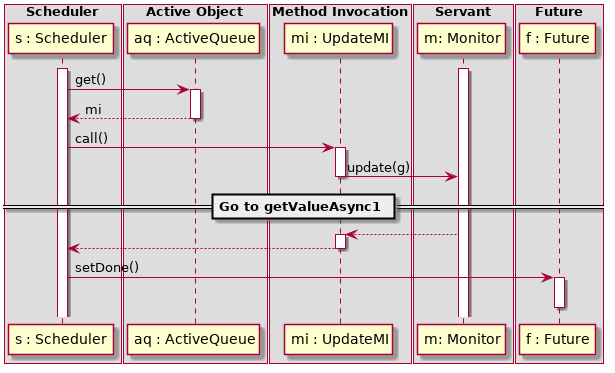
Earlier version of the PlantUML export AOC/TP1/M2/pic/UpdateAsync2.png (malahx/ISTIC).
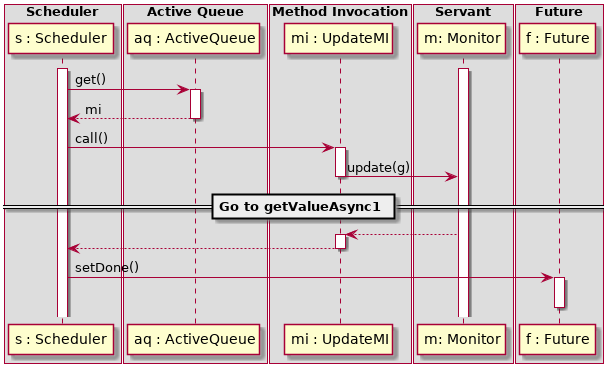
Later version of the same file.

Commit message:
corrected active queue name

Diff of the diagram source:
```diff
@@ -2,7 +2,7 @@
 box "Scheduler"
 participant "s : Scheduler" as s
 end box
-box "Active Object"
+box "Active Queue"
     participant "aq : ActiveQueue" as aq
 end box
 box "Method Invocation"
```
